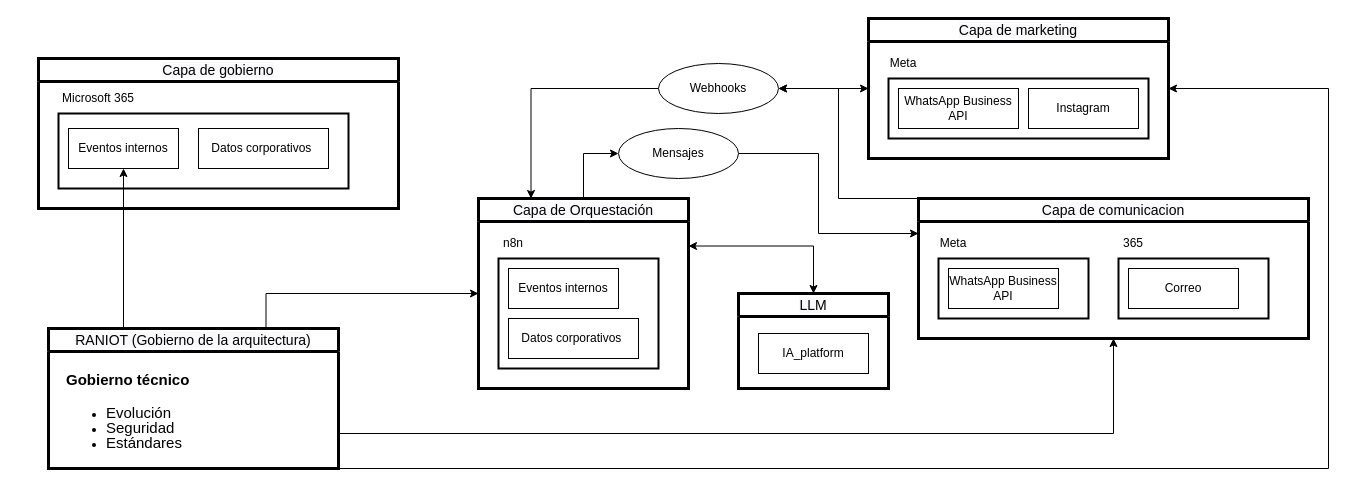
carlhoro/raniot-digital-operations-orchestration keeps this draw.io diagram as diagrams/systems/Responsibility Map.drawio. Above is the earlier version. Source tidied: cells renumbered, new cells numbered last; positions are measured from the earlier drawing's top-left corner, leaving out a move shared by most shapes. Both pictures are drawn from the tidied source at 100%, with x=0, y=0 at pixel (38, 18).
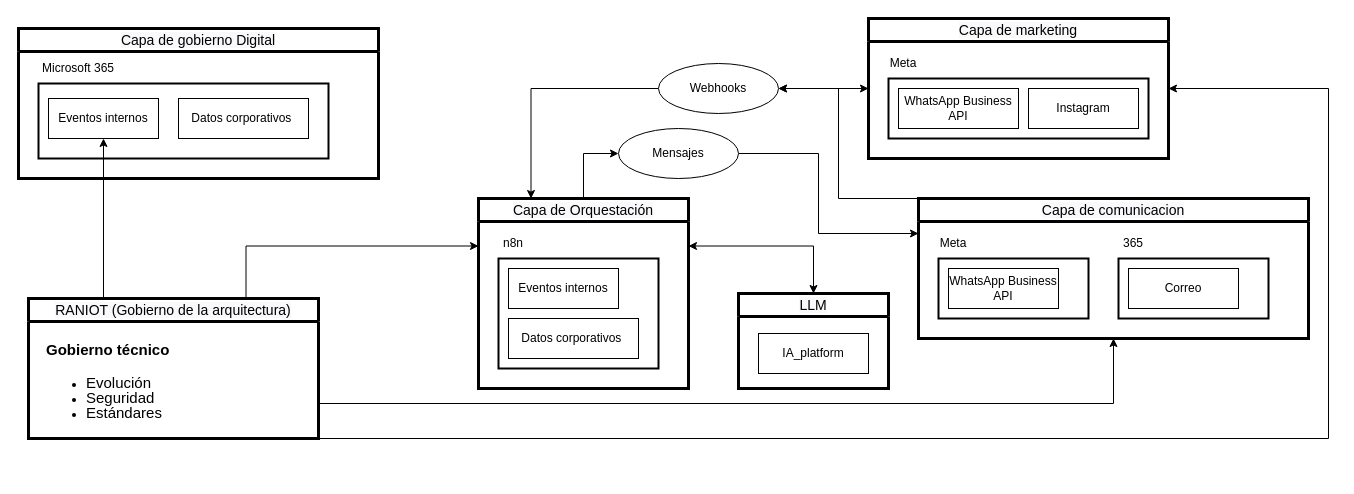
After the change.

The change refers to these unchanged cells:
```xml
<mxCell id="10" value="Eventos internos" style="whiteSpace=wrap;html=1;" parent="7" vertex="1">
  <mxGeometry x="30" y="70" width="110" height="40" as="geometry" />
</mxCell>
<mxCell id="14" value="&lt;span style=&quot;font-family: &amp;quot;Recursive Variable&amp;quot;, arial, sans-serif; font-size: 14px; font-weight: 300; text-wrap-mode: nowrap; background-color: rgb(249, 249, 251);&quot;&gt;Capa de Orquestación&lt;/span&gt;" style="swimlane;whiteSpace=wrap;html=1;strokeWidth=3;" parent="1" vertex="1">
  <mxGeometry x="440" y="180" width="210" height="190" as="geometry" />
</mxCell>
<mxCell id="20" value="&lt;font face=&quot;Recursive Variable, arial, sans-serif&quot;&gt;&lt;span style=&quot;font-size: 14px; font-weight: 300; text-wrap-mode: nowrap; background-color: rgb(249, 249, 251);&quot;&gt;Capa de comunicacion&lt;/span&gt;&lt;/font&gt;" style="swimlane;whiteSpace=wrap;html=1;strokeWidth=3;" parent="1" vertex="1">
  <mxGeometry x="880" y="180" width="390" height="140" as="geometry" />
</mxCell>
<mxCell id="27" value="&lt;font face=&quot;Recursive Variable, arial, sans-serif&quot;&gt;&lt;span style=&quot;font-size: 14px; font-weight: 300; text-wrap-mode: nowrap; background-color: rgb(249, 249, 251);&quot;&gt;Capa de marketing&lt;/span&gt;&lt;/font&gt;" style="swimlane;whiteSpace=wrap;html=1;strokeWidth=3;" parent="1" vertex="1">
  <mxGeometry x="830" width="300" height="140" as="geometry" />
</mxCell>
```

Diff of the diagram source:
```diff
@@
     <mxCell id="2" style="edgeStyle=orthogonalEdgeStyle;rounded=0;jettySize=auto;html=1;exitX=1;exitY=1;exitDx=0;exitDy=0;entryX=1;entryY=0.5;entryDx=0;entryDy=0;" parent="1" edge="1" source="5" target="27">
       <mxGeometry relative="1" as="geometry">
         <Array as="points">
-          <mxPoint x="1290" y="450" />
+          <mxPoint x="1290" y="420" />
           <mxPoint x="1290" y="70" />
         </Array>
       </mxGeometry>
     </mxCell>
     <mxCell id="3" style="edgeStyle=orthogonalEdgeStyle;rounded=0;jettySize=auto;html=1;exitX=1;exitY=0.75;exitDx=0;exitDy=0;entryX=0.5;entryY=1;entryDx=0;entryDy=0;" parent="1" edge="1" source="5" target="20">
-      <mxGeometry relative="1" as="geometry" />
+      <mxGeometry relative="1" as="geometry">
+        <Array as="points">
+          <mxPoint x="1075" y="385" />
+        </Array>
+      </mxGeometry>
     </mxCell>
-    <mxCell id="4" style="edgeStyle=orthogonalEdgeStyle;rounded=0;jettySize=auto;html=1;exitX=0.75;exitY=0;exitDx=0;exitDy=0;entryX=0;entryY=0.5;entryDx=0;entryDy=0;" parent="1" edge="1" source="5" target="14">
+    <mxCell id="4" style="edgeStyle=orthogonalEdgeStyle;rounded=0;jettySize=auto;html=1;exitX=0.75;exitY=0;exitDx=0;exitDy=0;entryX=0;entryY=0.25;entryDx=0;entryDy=0;" parent="1" edge="1" source="5" target="14">
       <mxGeometry relative="1" as="geometry" />
     </mxCell>
     <mxCell id="5" value="&lt;span style=&quot;font-family: &amp;quot;Recursive Variable&amp;quot;, arial, sans-serif; font-size: 14px; font-weight: 300; text-wrap-mode: nowrap; background-color: rgb(249, 249, 251);&quot;&gt;RANIOT (Gobierno de la arquitectura)&lt;/span&gt;" style="swimlane;whiteSpace=wrap;html=1;startSize=23;strokeWidth=3;" parent="1" vertex="1">
-      <mxGeometry x="10" y="310" width="290" height="140" as="geometry" />
+      <mxGeometry x="-10" y="280" width="290" height="140" as="geometry" />
     </mxCell>
@@
-    <mxCell id="7" value="&lt;span style=&quot;font-family: &amp;quot;Recursive Variable&amp;quot;, arial, sans-serif; font-size: 14px; font-weight: 300; text-wrap-mode: nowrap; background-color: rgb(249, 249, 251);&quot;&gt;Capa de gobierno&lt;/span&gt;" style="swimlane;whiteSpace=wrap;html=1;strokeWidth=3;" parent="1" vertex="1">
-      <mxGeometry y="40" width="360" height="150" as="geometry" />
+    <mxCell id="7" value="&lt;span style=&quot;font-family: &amp;quot;Recursive Variable&amp;quot;, arial, sans-serif; font-size: 14px; font-weight: 300; text-wrap-mode: nowrap; background-color: rgb(249, 249, 251);&quot;&gt;Capa de gobierno Digital&lt;/span&gt;" style="swimlane;whiteSpace=wrap;html=1;strokeWidth=3;startSize=23;" parent="1" vertex="1">
+      <mxGeometry x="-20" y="10" width="360" height="150" as="geometry" />
     </mxCell>
@@
     <mxCell id="39" style="edgeStyle=orthogonalEdgeStyle;rounded=0;jettySize=auto;html=1;exitX=0.25;exitY=0;exitDx=0;exitDy=0;entryX=0.5;entryY=1;entryDx=0;entryDy=0;" parent="1" edge="1" source="5" target="10">
       <mxGeometry relative="1" as="geometry">
         <Array as="points">
-          <mxPoint x="85" y="310" />
+          <mxPoint x="65" y="280" />
         </Array>
       </mxGeometry>
     </mxCell>
```
